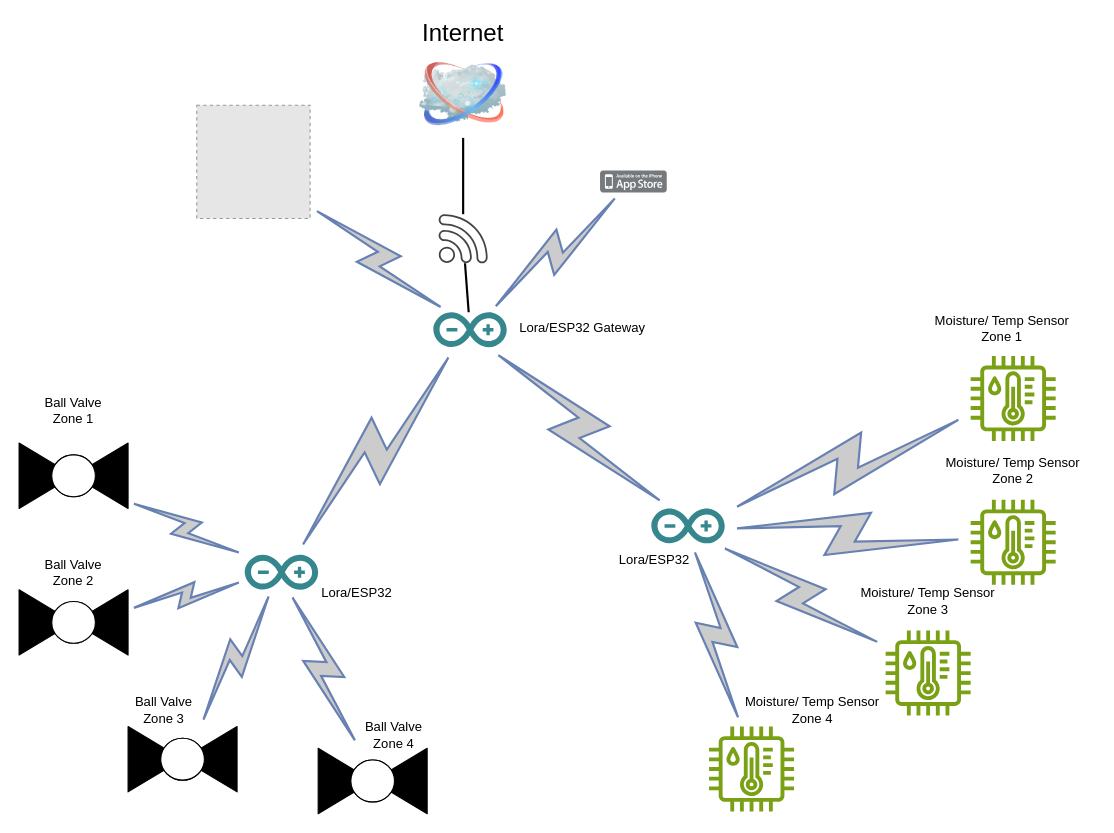
Above: Untitled Diagram.drawio in rebel1988us/automatic-octo-couscous (draw.io), before the change. Source tidied: cells renumbered, new cells numbered last; positions are measured from the earlier drawing's top-left corner, leaving out a move shared by most shapes. Both pictures are drawn from the tidied source at 109%, with x=0, y=0 at pixel (19, 50). Pictures stored in the file or linked from it are replaced by grey dashed boxes.
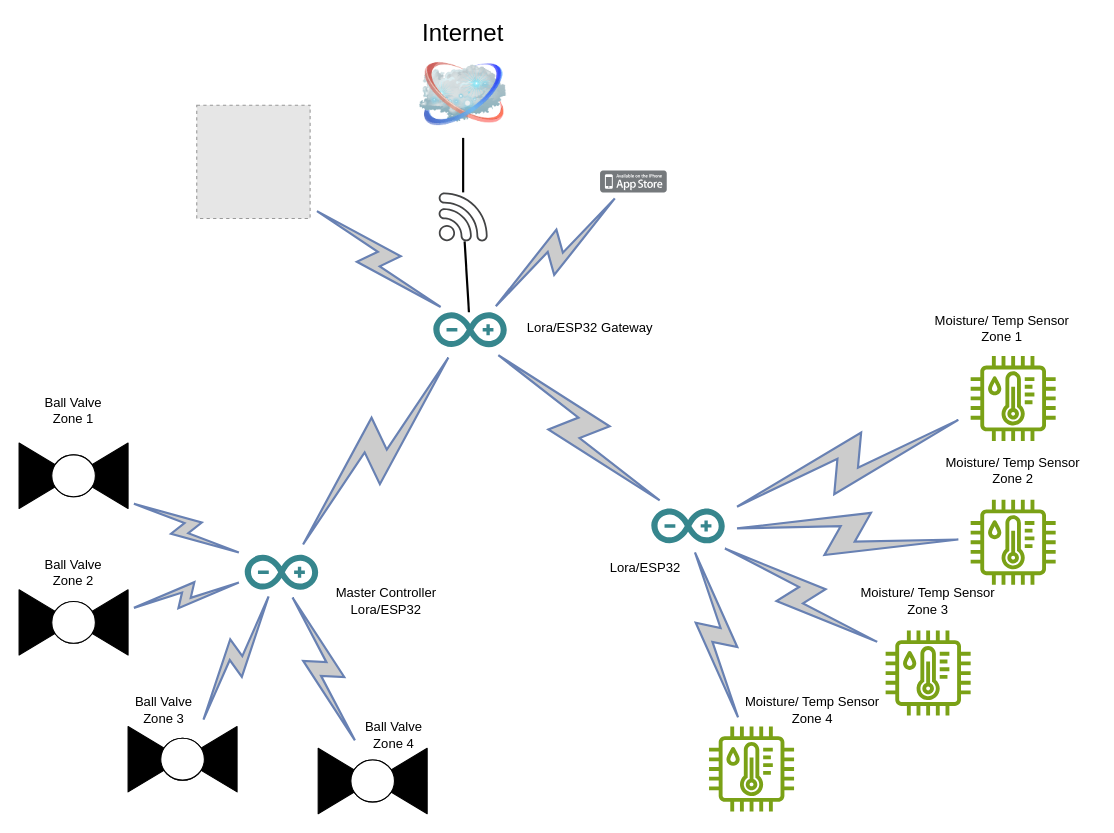
After the change.

The edit, as a diff of the source:
```diff
@@
     <mxCell id="37" value="Lora/ESP32 Gateway" style="text;strokeColor=none;align=center;fillColor=none;html=1;verticalAlign=middle;whiteSpace=wrap;rounded=0;" parent="1" vertex="1">
-      <mxGeometry x="447.4" y="240" width="140" height="30" as="geometry" />
+      <mxGeometry x="454.2" y="240" width="140" height="30" as="geometry" />
     </mxCell>
-    <mxCell id="38" value="Lora/ESP32" style="text;strokeColor=none;align=center;fillColor=none;html=1;verticalAlign=middle;whiteSpace=wrap;rounded=0;" parent="1" vertex="1">
-      <mxGeometry x="513" y="452" width="140" height="30" as="geometry" />
+    <mxCell id="38" value="&amp;nbsp;Lora/ESP32" style="text;strokeColor=none;align=center;fillColor=none;html=1;verticalAlign=middle;whiteSpace=wrap;rounded=0;" parent="1" vertex="1">
+      <mxGeometry x="503" y="460" width="140" height="30" as="geometry" />
     </mxCell>
-    <mxCell id="39" value="Lora/ESP32" style="text;strokeColor=none;align=center;fillColor=none;html=1;verticalAlign=middle;whiteSpace=wrap;rounded=0;" parent="1" vertex="1">
-      <mxGeometry x="240" y="482.5" width="140" height="30" as="geometry" />
+    <mxCell id="39" value="Master Controller Lora/ESP32" style="text;strokeColor=none;align=center;fillColor=none;html=1;verticalAlign=middle;whiteSpace=wrap;rounded=0;" parent="1" vertex="1">
+      <mxGeometry x="267" y="490" width="140" height="30" as="geometry" />
     </mxCell>
@@
     <mxCell id="41" style="sketch=0;shadow=0;dashed=0;html=1;strokeColor=none;fillColor=#434445;labelPosition=center;verticalLabelPosition=bottom;verticalAlign=top;align=center;outlineConnect=0;shape=mxgraph.vvd.wi_fi;" parent="1" vertex="1">
-      <mxGeometry x="384.9" y="150" width="45" height="45" as="geometry" />
+      <mxGeometry x="384.9" y="130" width="45" height="45" as="geometry" />
     </mxCell>
```
